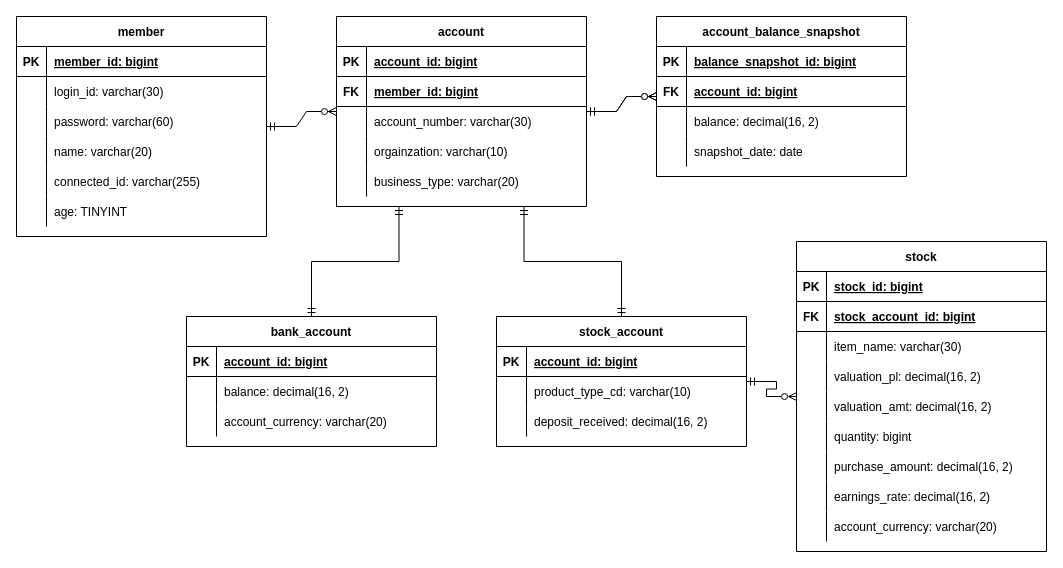
This is ER다이어그램(자산관리앱).drawio from GunwooJo/AssetManagement, a draw.io file, before an edit. Source tidied: cells renumbered, new cells numbered last; positions are measured from the earlier drawing's top-left corner, leaving out a move shared by most shapes. Both pictures are drawn from the tidied source at 100%, with x=0, y=0 at pixel (16, 16).
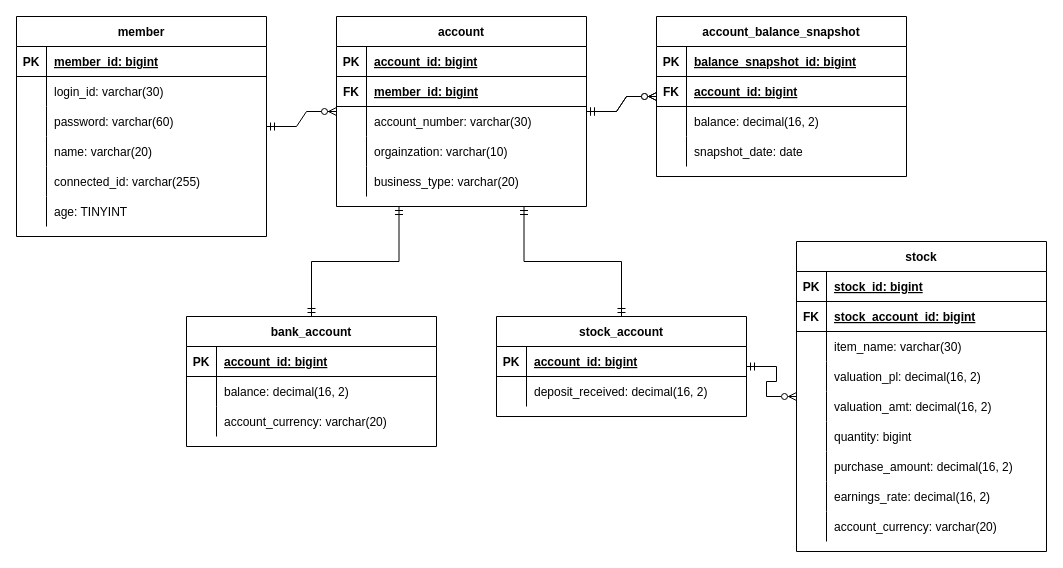
After the change.

Commit message:
필요없는 속성 제거

What changed in the source:
```diff
@@
     <mxCell id="64" value="stock_account" style="shape=table;startSize=30;childLayout=tableLayout;rowLines=0;fontStyle=1;align=center;" parent="1" vertex="1">
-      <mxGeometry x="480" y="300" width="250" height="130" as="geometry" />
+      <mxGeometry x="480" y="300" width="250" height="100" as="geometry" />
     </mxCell>
@@
-    <mxCell id="68" style="shape=partialRectangle;fillColor=none;top=0;left=0;right=0;bottom=0;" parent="64" vertex="1">
-      <mxGeometry y="60" width="250" height="30" as="geometry" />
-    </mxCell>
-    <mxCell id="69" style="shape=partialRectangle;overflow=hidden;fillColor=none;top=0;left=0;bottom=0;right=0;" parent="68" vertex="1">
-      <mxGeometry width="30" height="30" as="geometry" />
-    </mxCell>
-    <mxCell id="70" value="product_type_cd: varchar(10)" style="shape=partialRectangle;overflow=hidden;fillColor=none;top=0;left=0;bottom=0;right=0;align=left;spacingLeft=6;" parent="68" vertex="1">
-      <mxGeometry x="30" width="220" height="30" as="geometry" />
-    </mxCell>
     <mxCell id="71" style="shape=partialRectangle;fillColor=none;top=0;left=0;right=0;bottom=0;" parent="64" vertex="1">
-      <mxGeometry y="90" width="250" height="30" as="geometry" />
+      <mxGeometry y="60" width="250" height="30" as="geometry" />
     </mxCell>
```
